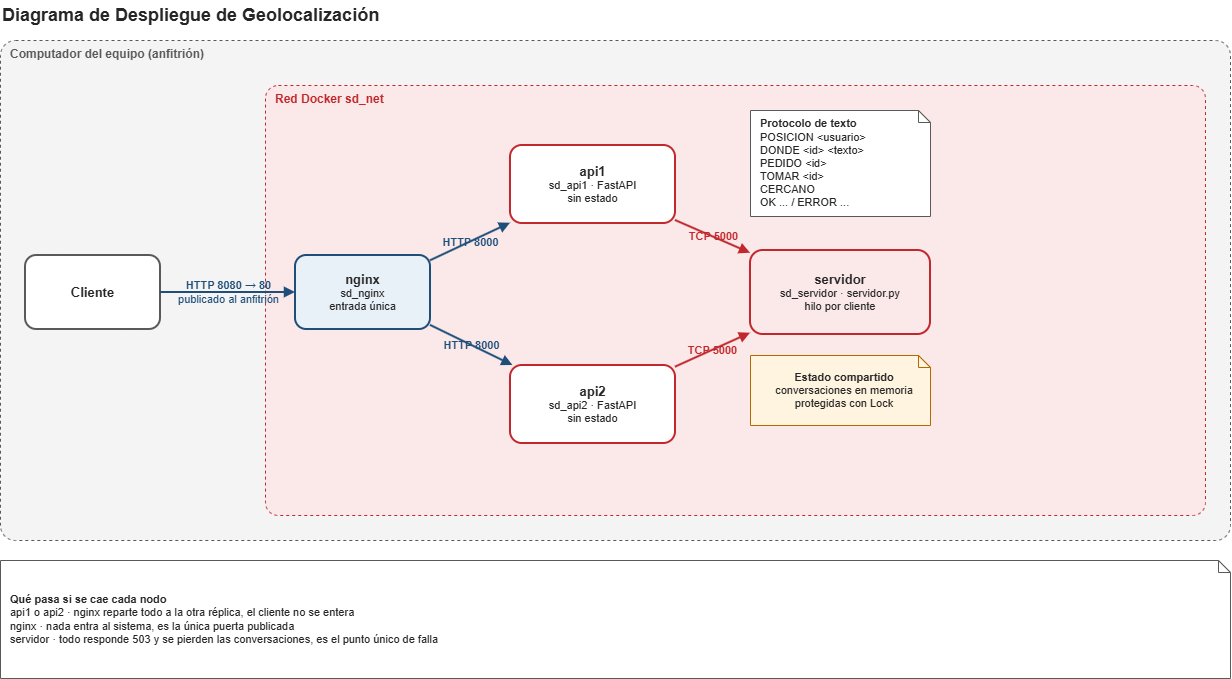
Before: semana07/laboratorio/diagramas/despliegue_geolocalización.png, a diagram exported from draw.io (IRkwu/sd-andler-soto). Source tidied: cells renumbered, new cells last; positions are measured from the earlier drawing's top-left corner, leaving out a move shared by most shapes.
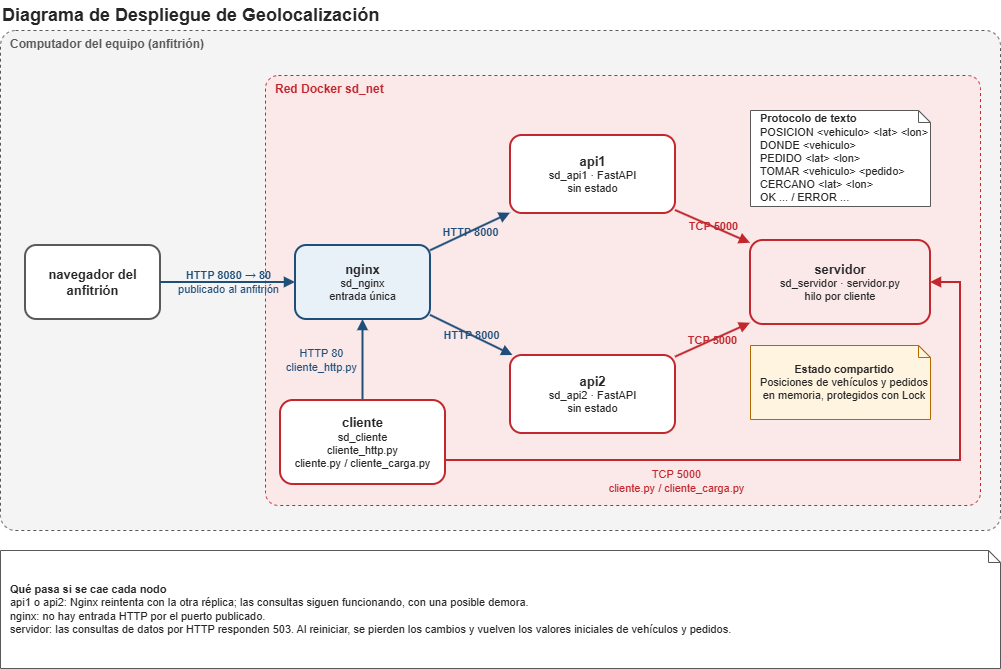
After the commit.

Commit message:
Semana 7: actualizar diagrama de despliegue

Diff of the diagram source:
```diff
@@ -2,18 +2,18 @@
   <root>
     <mxCell id="0" />
     <mxCell id="1" parent="0" />
-    <mxCell id="2" value="&lt;b&gt;Diagrama de Despliegue de Geolocalización&amp;nbsp;&lt;/b&gt;" style="text;html=1;align=left;verticalAlign=middle;fontSize=18;fontColor=#262626;" parent="1" vertex="1">
-      <mxGeometry width="1100" height="30" as="geometry" />
+    <mxCell id="2" value="&lt;b&gt;Diagrama de Despliegue de Geolocalización&lt;/b&gt;" style="text;html=1;align=left;verticalAlign=middle;fontSize=18;fontColor=#262626;" parent="1" vertex="1">
+      <mxGeometry y="10" width="1100" height="30" as="geometry" />
     </mxCell>
     <mxCell id="3" value="Computador del equipo (anfitrión)" style="rounded=1;arcSize=3;whiteSpace=wrap;html=1;fillColor=#F4F4F4;strokeColor=#595959;dashed=1;verticalAlign=top;align=left;spacingLeft=8;fontStyle=1;fontSize=12;fontColor=#595959;" parent="1" vertex="1">
-      <mxGeometry y="40" width="1230" height="500" as="geometry" />
+      <mxGeometry y="40" width="1000" height="500" as="geometry" />
     </mxCell>
     <mxCell id="4" value="Red Docker sd_net" style="rounded=1;arcSize=3;whiteSpace=wrap;html=1;fillColor=#FBE9EA;strokeColor=#C1272D;dashed=1;verticalAlign=top;align=left;spacingLeft=8;fontStyle=1;fontSize=12;fontColor=#C1272D;" parent="1" vertex="1">
-      <mxGeometry x="265" y="85" width="940" height="430" as="geometry" />
+      <mxGeometry x="265" y="85" width="715" height="430" as="geometry" />
     </mxCell>
-    <mxCell id="5" value="&lt;span style=&quot;font-size: 13px;&quot;&gt;&lt;b&gt;Cliente&lt;/b&gt;&lt;/span&gt;" style="rounded=1;whiteSpace=wrap;html=1;fillColor=#FFFFFF;strokeColor=#595959;strokeWidth=2;fontSize=11;fontColor=#262626;" parent="1" vertex="1">
-      <mxGeometry x="25" y="255" width="135" height="74" as="geometry" />
-    </mxCell>
+    <mxCell id="18" value="&lt;b style=&quot;font-size:13px&quot;&gt;navegador del&lt;br&gt;&lt;/b&gt;&lt;font style=&quot;font-size: 13px;&quot;&gt;&lt;b&gt;anfitrión&lt;/b&gt;&lt;/font&gt;" style="rounded=1;whiteSpace=wrap;html=1;fillColor=#FFFFFF;strokeColor=#595959;strokeWidth=2;fontSize=11;fontColor=#262626;" parent="1" vertex="1">
+      <mxGeometry x="25" y="255" width="135" height="74" as="geometry" />
+    </mxCell>
     <mxCell id="6" value="&lt;b style=&quot;font-size:13px&quot;&gt;nginx&lt;/b&gt;&lt;br&gt;sd_nginx&lt;br&gt;entrada única" style="rounded=1;whiteSpace=wrap;html=1;fillColor=#E8F0F8;strokeColor=#1F4E79;strokeWidth=2;fontSize=11;fontColor=#262626;" parent="1" vertex="1">
       <mxGeometry x="295" y="255" width="135" height="74" as="geometry" />
     </mxCell>
@@ -26,16 +26,16 @@
     <mxCell id="9" value="&lt;b style=&quot;font-size:13px&quot;&gt;servidor&lt;/b&gt;&lt;br&gt;sd_servidor · servidor.py&lt;br&gt;hilo por cliente" style="rounded=1;whiteSpace=wrap;html=1;fillColor=#FBE9EA;strokeColor=#C1272D;strokeWidth=2;fontSize=11;fontColor=#262626;" parent="1" vertex="1">
       <mxGeometry x="750" y="250" width="180" height="84" as="geometry" />
     </mxCell>
-    <mxCell id="10" value="&lt;b&gt;Estado compartido&lt;/b&gt;&lt;br&gt;conversaciones en memoria&lt;br&gt;protegidas con Lock" style="shape=note;size=12;whiteSpace=wrap;html=1;fillColor=#FFF4E0;strokeColor=#B26A00;fontSize=11;align=center;spacingLeft=8;fontColor=#262626;" parent="1" vertex="1">
-      <mxGeometry x="750" y="355" width="180" height="70" as="geometry" />
-    </mxCell>
-    <mxCell id="11" value="&lt;b&gt;Protocolo de texto&lt;/b&gt;&lt;br&gt;&lt;div&gt;&lt;font color=&quot;#262626&quot;&gt;POSICION &amp;lt;usuario&amp;gt;&lt;/font&gt;&lt;/div&gt;&lt;div&gt;&lt;font color=&quot;#262626&quot;&gt;&lt;font color=&quot;#262626&quot;&gt;DONDE &amp;lt;id&amp;gt; &amp;lt;texto&amp;gt;&lt;/font&gt;&lt;/font&gt;&lt;/div&gt;&lt;div&gt;&lt;font color=&quot;#262626&quot;&gt;&lt;font color=&quot;#262626&quot;&gt;PEDIDO &amp;lt;id&amp;gt;&lt;/font&gt;&lt;/font&gt;&lt;/div&gt;&lt;div&gt;&lt;font color=&quot;#262626&quot;&gt;&lt;font color=&quot;#262626&quot;&gt;TOMAR &amp;lt;id&amp;gt;&lt;/font&gt;&lt;/font&gt;&lt;/div&gt;&lt;div&gt;&lt;font color=&quot;#262626&quot;&gt;&lt;font color=&quot;#262626&quot;&gt;CERCANO&lt;br&gt;&lt;/font&gt;&lt;/font&gt;OK ... / ERROR ...&lt;/div&gt;" style="shape=note;size=12;whiteSpace=wrap;html=1;fillColor=#FFFFFF;strokeColor=#595959;fontSize=11;align=left;spacingLeft=8;fontColor=#262626;" parent="1" vertex="1">
-      <mxGeometry x="750" y="110" width="180" height="106" as="geometry" />
-    </mxCell>
-    <mxCell id="12" value="&lt;b&gt;Qué pasa si se cae cada nodo&lt;/b&gt;&lt;br&gt;api1 o api2 · nginx reparte todo a la otra réplica, el cliente no se entera&lt;br&gt;nginx · nada entra al sistema, es la única puerta publicada&lt;br&gt;servidor · todo responde 503 y se pierden las conversaciones, es el punto único de falla" style="shape=note;size=12;whiteSpace=wrap;html=1;fillColor=#FFFFFF;strokeColor=#595959;fontSize=11;align=left;spacingLeft=8;fontColor=#262626;" parent="1" vertex="1">
-      <mxGeometry y="560" width="1230" height="118" as="geometry" />
-    </mxCell>
+    <mxCell id="19" value="&lt;b&gt;Estado compartido&lt;/b&gt;&lt;br&gt;&lt;div style=&quot;&quot;&gt;&lt;span style=&quot;background-color: transparent; color: light-dark(rgb(38, 38, 38), rgb(204, 204, 204));&quot;&gt;Posiciones de vehículos y pedidos en memoria, protegidos con Lock&lt;/span&gt;&lt;/div&gt;" style="shape=note;size=12;whiteSpace=wrap;html=1;fillColor=#FFF4E0;strokeColor=#B26A00;fontSize=11;align=center;spacingLeft=8;fontColor=#262626;" parent="1" vertex="1">
+      <mxGeometry x="750" y="355" width="180" height="74" as="geometry" />
+    </mxCell>
+    <mxCell id="20" value="&lt;b&gt;Protocolo de texto&lt;/b&gt;&lt;br&gt;&lt;div&gt;POSICION &amp;lt;vehiculo&amp;gt; &amp;lt;lat&amp;gt; &amp;lt;lon&amp;gt;&lt;/div&gt;&lt;div&gt;DONDE &amp;lt;vehiculo&amp;gt;&lt;/div&gt;&lt;div&gt;PEDIDO &amp;lt;lat&amp;gt; &amp;lt;lon&amp;gt;&lt;/div&gt;&lt;div&gt;TOMAR &amp;lt;vehiculo&amp;gt; &amp;lt;pedido&amp;gt;&lt;/div&gt;&lt;div&gt;CERCANO &amp;lt;lat&amp;gt; &amp;lt;lon&amp;gt;&lt;/div&gt;&lt;div&gt;OK ... / ERROR ...&lt;/div&gt;" style="shape=note;size=12;whiteSpace=wrap;html=1;fillColor=#FFFFFF;strokeColor=#595959;fontSize=11;align=left;spacingLeft=8;fontColor=#262626;" parent="1" vertex="1">
+      <mxGeometry x="750" y="120" width="180" height="96" as="geometry" />
+    </mxCell>
+    <mxCell id="21" value="&lt;b&gt;Qué pasa si se cae cada nodo&lt;/b&gt;&lt;br&gt;api1 o api2: Nginx reintenta con la otra réplica; las consultas siguen funcionando, con una posible demora.&lt;br&gt;nginx: no hay entrada HTTP por el puerto publicado.&lt;br&gt;servidor: las consultas de datos por HTTP responden 503. Al reiniciar, se pierden los cambios y vuelven los valores iniciales de vehículos y pedidos." style="shape=note;size=12;whiteSpace=wrap;html=1;fillColor=#FFFFFF;strokeColor=#595959;fontSize=11;align=left;spacingLeft=8;fontColor=#262626;" parent="1" vertex="1">
+      <mxGeometry y="560" width="1000" height="118" as="geometry" />
+    </mxCell>
-    <mxCell id="13" value="&lt;b&gt;HTTP 8080 → 80&lt;/b&gt;&lt;br&gt;publicado al anfitrión" style="endArrow=block;html=1;rounded=0;strokeColor=#1F4E79;strokeWidth=2;fontSize=11;fontColor=#1F4E79;labelBackgroundColor=none;" parent="1" edge="1" source="5" target="6">
+    <mxCell id="13" value="&lt;b&gt;HTTP 8080 → 80&lt;/b&gt;&lt;br&gt;publicado al anfitrión" style="endArrow=block;html=1;rounded=0;strokeColor=#1F4E79;strokeWidth=2;fontSize=11;fontColor=#1F4E79;labelBackgroundColor=none;" parent="1" edge="1" source="18" target="6">
       <mxGeometry relative="1" as="geometry" />
     </mxCell>
     <mxCell id="14" value="&lt;b&gt;HTTP 8000&lt;/b&gt;" style="endArrow=block;html=1;rounded=0;strokeColor=#1F4E79;strokeWidth=2;fontSize=11;fontColor=#1F4E79;labelBackgroundColor=none;" parent="1" edge="1" source="6" target="7">
@@ -50,5 +50,29 @@
     <mxCell id="17" value="&lt;b&gt;TCP 5000&lt;/b&gt;" style="endArrow=block;html=1;rounded=0;strokeColor=#C1272D;strokeWidth=2;fontSize=11;fontColor=#C1272D;labelBackgroundColor=none;" parent="1" edge="1" source="8" target="9">
       <mxGeometry relative="1" as="geometry" />
     </mxCell>
+    <mxCell id="22" style="edgeStyle=orthogonalEdgeStyle;rounded=0;jettySize=auto;html=1;entryX=0.5;entryY=1;entryDx=0;entryDy=0;strokeColor=#1F4E79;strokeWidth=2;align=center;verticalAlign=middle;fontFamily=Helvetica;fontSize=11;fontColor=#1F4E79;labelBackgroundColor=none;endArrow=block;" parent="1" edge="1" source="26" target="6">
+      <mxGeometry relative="1" as="geometry" />
+    </mxCell>
+    <mxCell id="23" value="HTTP 80&lt;br&gt;cliente_http.py" style="edgeLabel;html=1;align=center;verticalAlign=middle;fontFamily=Helvetica;fontSize=11;fontColor=#1F4E79;labelBackgroundColor=none;" parent="22" vertex="1">
+      <mxGeometry x="-0.16" y="-2" relative="1" as="geometry">
+        <mxPoint x="-44" y="-7" as="offset" />
+      </mxGeometry>
+    </mxCell>
+    <mxCell id="24" style="edgeStyle=orthogonalEdgeStyle;rounded=0;jettySize=auto;html=1;entryX=1;entryY=0.5;entryDx=0;entryDy=0;strokeColor=#C1272D;strokeWidth=2;align=center;verticalAlign=middle;fontFamily=Helvetica;fontSize=11;fontColor=#C1272D;labelBackgroundColor=none;endArrow=block;" parent="1" edge="1" source="26" target="9">
+      <mxGeometry x="-0.03" relative="1" as="geometry">
+        <Array as="points">
+          <mxPoint x="960" y="470" />
+          <mxPoint x="960" y="292" />
+        </Array>
+      </mxGeometry>
+    </mxCell>
+    <mxCell id="25" value="TCP 5000&lt;br&gt;cliente.py / cliente_carga.py" style="edgeLabel;html=1;align=center;verticalAlign=middle;fontFamily=Helvetica;fontSize=11;fontColor=#C1272D;labelBackgroundColor=none;" parent="24" vertex="1">
+      <mxGeometry x="0.52" relative="1" as="geometry">
+        <mxPoint x="-285" y="53" as="offset" />
+      </mxGeometry>
+    </mxCell>
+    <mxCell id="26" value="&lt;b style=&quot;font-size:13px&quot;&gt;cliente&lt;/b&gt;&lt;br&gt;sd_cliente&lt;br&gt;cliente_http.py&lt;br&gt;cliente.py / cliente_carga.py" style="rounded=1;whiteSpace=wrap;html=1;fillColor=#FFFFFF;strokeColor=#C1272D;strokeWidth=2;fontSize=11;fontColor=#262626;" parent="1" vertex="1">
+      <mxGeometry x="280" y="410" width="165" height="84" as="geometry" />
+    </mxCell>
   </root>
 </mxGraphModel>
```
